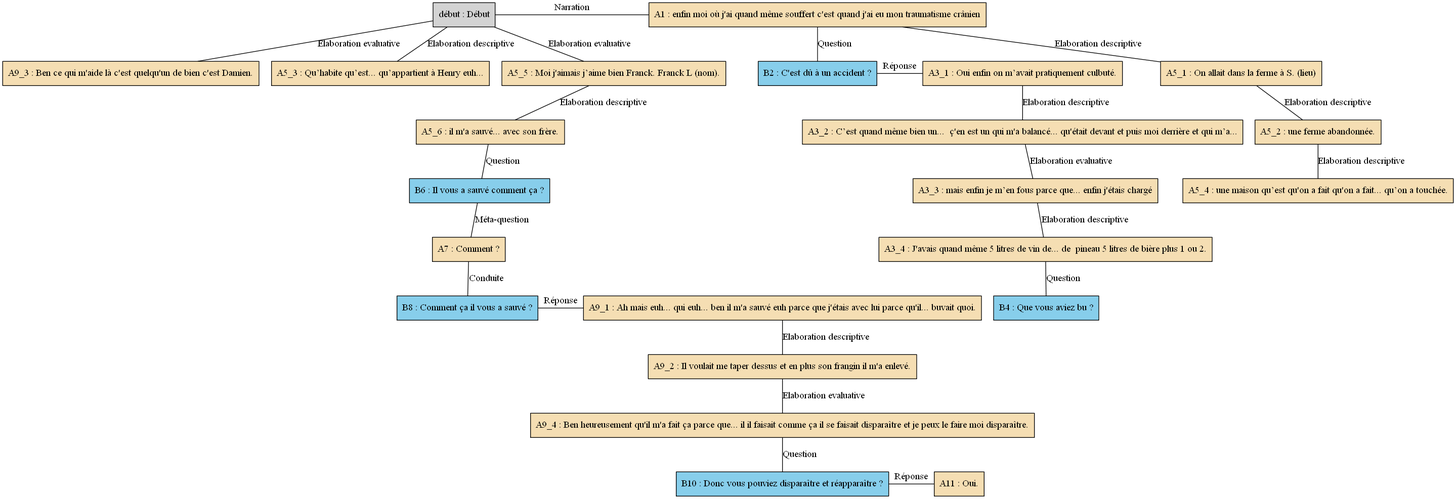
Earlier version of the Graphviz export arbres/Sauveur/Sauveur_-_A06.gv.png (AlaixComet/AnnotationSlamPTut). Its source is kept beside it as arbres/Sauveur/Sauveur_-_A06.gv. The source it was exported from:
```dot
digraph A06 {
	node [shape=box style=filled]
	"début" [label="début : Début"]
	A1 [label="A1 : enfin moi où j'ai quand même souffert c'est quand j'ai eu mon traumatisme crânien" fillcolor=wheat]
	B2 [label="B2 : C'est dû à un accident ?" fillcolor=skyblue]
	A3_1 [label="A3_1 : Oui enfin on m’avait pratiquement culbuté." fillcolor=wheat]
	A3_2 [label="A3_2 : C’est quand même bien un...  ç'en est un qui m'a balancé... qu'était devant et puis moi derrière et qui m’a..." fillcolor=wheat]
	A3_3 [label="A3_3 : mais enfin je m’en fous parce que... enfin j'étais chargé" fillcolor=wheat]
	A3_4 [label="A3_4 : J'avais quand même 5 litres de vin de... de  pineau 5 litres de bière plus 1 ou 2." fillcolor=wheat]
	B4 [label="B4 : Que vous aviez bu ?" fillcolor=skyblue]
	A5_1 [label="A5_1 : On allait dans la ferme à S. (lieu)" fillcolor=wheat]
	A5_2 [label="A5_2 : une ferme abandonnée." fillcolor=wheat]
	A5_3 [label="A5_3 : Qu’habite qu’est... qu’appartient à Henry euh..." fillcolor=wheat]
	A5_4 [label="A5_4 : une maison qu’est qu'on a fait qu'on a fait... qu’on a touchée." fillcolor=wheat]
	A5_5 [label="A5_5 : Moi j'aimais j’aime bien Franck. Franck L (nom)." fillcolor=wheat]
	A5_6 [label="A5_6 : il m'a sauvé... avec son frère." fillcolor=wheat]
	B6 [label="B6 : Il vous a sauvé comment ça ?" fillcolor=skyblue]
	A7 [label="A7 : Comment ?" fillcolor=wheat]
	B8 [label="B8 : Comment ça il vous a sauvé ?" fillcolor=skyblue]
	A9_1 [label="A9_1 : Ah mais euh... qui euh... ben il m'a sauvé euh parce que j'étais avec lui parce qu'il... buvait quoi." fillcolor=wheat]
	A9_2 [label="A9_2 : Il voulait me taper dessus et en plus son frangin il m'a enlevé." fillcolor=wheat]
	A9_3 [label="A9_3 : Ben ce qui m'aide là c'est quelqu'un de bien c'est Damien." fillcolor=wheat]
	A9_4 [label="A9_4 : Ben heureusement qu'il m'a fait ça parce que... il il faisait comme ça il se faisait disparaître et je peux le faire moi disparaître." fillcolor=wheat]
	B10 [label="B10 : Donc vous pouviez disparaître et réapparaître ?" fillcolor=skyblue]
	A11 [label="A11 : Oui." fillcolor=wheat]
	{
		rank=same
		"début"
		A1
		"début" -> A1 [label=Narration dir=none]
	}
	A1 -> B2 [label=Question dir=none]
	{
		rank=same
		B2
		A3_1
		B2 -> A3_1 [label="Réponse" dir=none]
	}
	A3_1 -> A3_2 [label="Elaboration descriptive" dir=none]
	A3_2 -> A3_3 [label="Elaboration evaluative" dir=none]
	A3_3 -> A3_4 [label="Elaboration descriptive" dir=none]
	A3_4 -> B4 [label=Question dir=none]
	A1 -> A5_1 [label="Elaboration descriptive" dir=none]
	A5_1 -> A5_2 [label="Elaboration descriptive" dir=none]
	A5_2 -> A5_4 [label="Elaboration descriptive" dir=none]
	"début" -> A5_5 [label="Elaboration evaluative" dir=none]
	"début" -> A5_3 [label="Elaboration descriptive" dir=none]
	A5_5 -> A5_6 [label="Elaboration descriptive" dir=none]
	A5_6 -> B6 [label=Question dir=none]
	B6 -> A7 [label="Méta-question" dir=none]
	A7 -> B8 [label=Conduite dir=none]
	{
		rank=same
		B8
		A9_1
		B8 -> A9_1 [label="Réponse" dir=none]
	}
	A9_1 -> A9_2 [label="Elaboration descriptive" dir=none]
	"début" -> A9_3 [label="Elaboration evaluative" dir=none]
	A9_2 -> A9_4 [label="Elaboration evaluative" dir=none]
	A9_4 -> B10 [label=Question dir=none]
	{
		rank=same
		B10
		A11
		B10 -> A11 [label="Réponse" dir=none]
	}
}
```
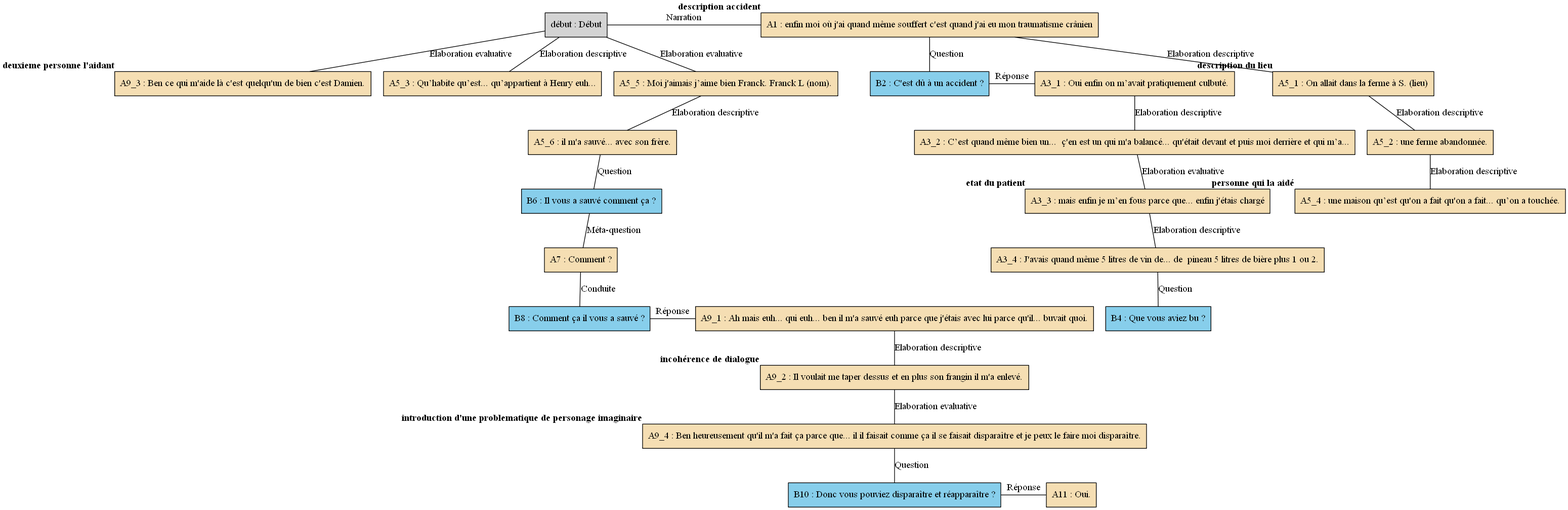
Above is the later version.

What changed in the source:
```diff
@@ -1,28 +1,28 @@
 digraph A06 {
 	node [shape=box style=filled]
-	"début" [label="début : Début"]
-	A1 [label="A1 : enfin moi où j'ai quand même souffert c'est quand j'ai eu mon traumatisme crânien" fillcolor=wheat]
-	B2 [label="B2 : C'est dû à un accident ?" fillcolor=skyblue]
-	A3_1 [label="A3_1 : Oui enfin on m’avait pratiquement culbuté." fillcolor=wheat]
-	A3_2 [label="A3_2 : C’est quand même bien un...  ç'en est un qui m'a balancé... qu'était devant et puis moi derrière et qui m’a..." fillcolor=wheat]
-	A3_3 [label="A3_3 : mais enfin je m’en fous parce que... enfin j'étais chargé" fillcolor=wheat]
-	A3_4 [label="A3_4 : J'avais quand même 5 litres de vin de... de  pineau 5 litres de bière plus 1 ou 2." fillcolor=wheat]
-	B4 [label="B4 : Que vous aviez bu ?" fillcolor=skyblue]
-	A5_1 [label="A5_1 : On allait dans la ferme à S. (lieu)" fillcolor=wheat]
-	A5_2 [label="A5_2 : une ferme abandonnée." fillcolor=wheat]
-	A5_3 [label="A5_3 : Qu’habite qu’est... qu’appartient à Henry euh..." fillcolor=wheat]
-	A5_4 [label="A5_4 : une maison qu’est qu'on a fait qu'on a fait... qu’on a touchée." fillcolor=wheat]
-	A5_5 [label="A5_5 : Moi j'aimais j’aime bien Franck. Franck L (nom)." fillcolor=wheat]
-	A5_6 [label="A5_6 : il m'a sauvé... avec son frère." fillcolor=wheat]
-	B6 [label="B6 : Il vous a sauvé comment ça ?" fillcolor=skyblue]
-	A7 [label="A7 : Comment ?" fillcolor=wheat]
-	B8 [label="B8 : Comment ça il vous a sauvé ?" fillcolor=skyblue]
-	A9_1 [label="A9_1 : Ah mais euh... qui euh... ben il m'a sauvé euh parce que j'étais avec lui parce qu'il... buvait quoi." fillcolor=wheat]
-	A9_2 [label="A9_2 : Il voulait me taper dessus et en plus son frangin il m'a enlevé." fillcolor=wheat]
-	A9_3 [label="A9_3 : Ben ce qui m'aide là c'est quelqu'un de bien c'est Damien." fillcolor=wheat]
-	A9_4 [label="A9_4 : Ben heureusement qu'il m'a fait ça parce que... il il faisait comme ça il se faisait disparaître et je peux le faire moi disparaître." fillcolor=wheat]
-	B10 [label="B10 : Donc vous pouviez disparaître et réapparaître ?" fillcolor=skyblue]
-	A11 [label="A11 : Oui." fillcolor=wheat]
+	"début" [label="début : Début" xlabel=""]
+	A1 [label="A1 : enfin moi où j'ai quand même souffert c'est quand j'ai eu mon traumatisme crânien" fillcolor=wheat xlabel=<<B>description accident</B>>]
+	B2 [label="B2 : C'est dû à un accident ?" fillcolor=skyblue xlabel=""]
+	A3_1 [label="A3_1 : Oui enfin on m’avait pratiquement culbuté." fillcolor=wheat xlabel=""]
+	A3_2 [label="A3_2 : C’est quand même bien un...  ç'en est un qui m'a balancé... qu'était devant et puis moi derrière et qui m’a..." fillcolor=wheat xlabel=""]
+	A3_3 [label="A3_3 : mais enfin je m’en fous parce que... enfin j'étais chargé" fillcolor=wheat xlabel=<<B>etat du patient</B>>]
+	A3_4 [label="A3_4 : J'avais quand même 5 litres de vin de... de  pineau 5 litres de bière plus 1 ou 2." fillcolor=wheat xlabel=""]
+	B4 [label="B4 : Que vous aviez bu ?" fillcolor=skyblue xlabel=""]
+	A5_1 [label="A5_1 : On allait dans la ferme à S. (lieu)" fillcolor=wheat xlabel=<<B>description du lieu</B>>]
+	A5_2 [label="A5_2 : une ferme abandonnée." fillcolor=wheat xlabel=""]
+	A5_3 [label="A5_3 : Qu’habite qu’est... qu’appartient à Henry euh..." fillcolor=wheat xlabel=""]
+	A5_4 [label="A5_4 : une maison qu’est qu'on a fait qu'on a fait... qu’on a touchée." fillcolor=wheat xlabel=<<B>personne qui la aidé</B>>]
+	A5_5 [label="A5_5 : Moi j'aimais j’aime bien Franck. Franck L (nom)." fillcolor=wheat xlabel=""]
+	A5_6 [label="A5_6 : il m'a sauvé... avec son frère." fillcolor=wheat xlabel=""]
+	B6 [label="B6 : Il vous a sauvé comment ça ?" fillcolor=skyblue xlabel=""]
+	A7 [label="A7 : Comment ?" fillcolor=wheat xlabel=""]
+	B8 [label="B8 : Comment ça il vous a sauvé ?" fillcolor=skyblue xlabel=""]
+	A9_1 [label="A9_1 : Ah mais euh... qui euh... ben il m'a sauvé euh parce que j'étais avec lui parce qu'il... buvait quoi." fillcolor=wheat xlabel=""]
+	A9_2 [label="A9_2 : Il voulait me taper dessus et en plus son frangin il m'a enlevé." fillcolor=wheat xlabel=<<B>incohérence de dialogue</B>>]
+	A9_3 [label="A9_3 : Ben ce qui m'aide là c'est quelqu'un de bien c'est Damien." fillcolor=wheat xlabel=<<B>deuxieme personne l'aidant</B>>]
+	A9_4 [label="A9_4 : Ben heureusement qu'il m'a fait ça parce que... il il faisait comme ça il se faisait disparaître et je peux le faire moi disparaître." fillcolor=wheat xlabel=<<B>introduction d'une problematique de personage imaginaire</B>>]
+	B10 [label="B10 : Donc vous pouviez disparaître et réapparaître ?" fillcolor=skyblue xlabel=""]
+	A11 [label="A11 : Oui." fillcolor=wheat xlabel=""]
 	{
 		rank=same
 		"début"
```
